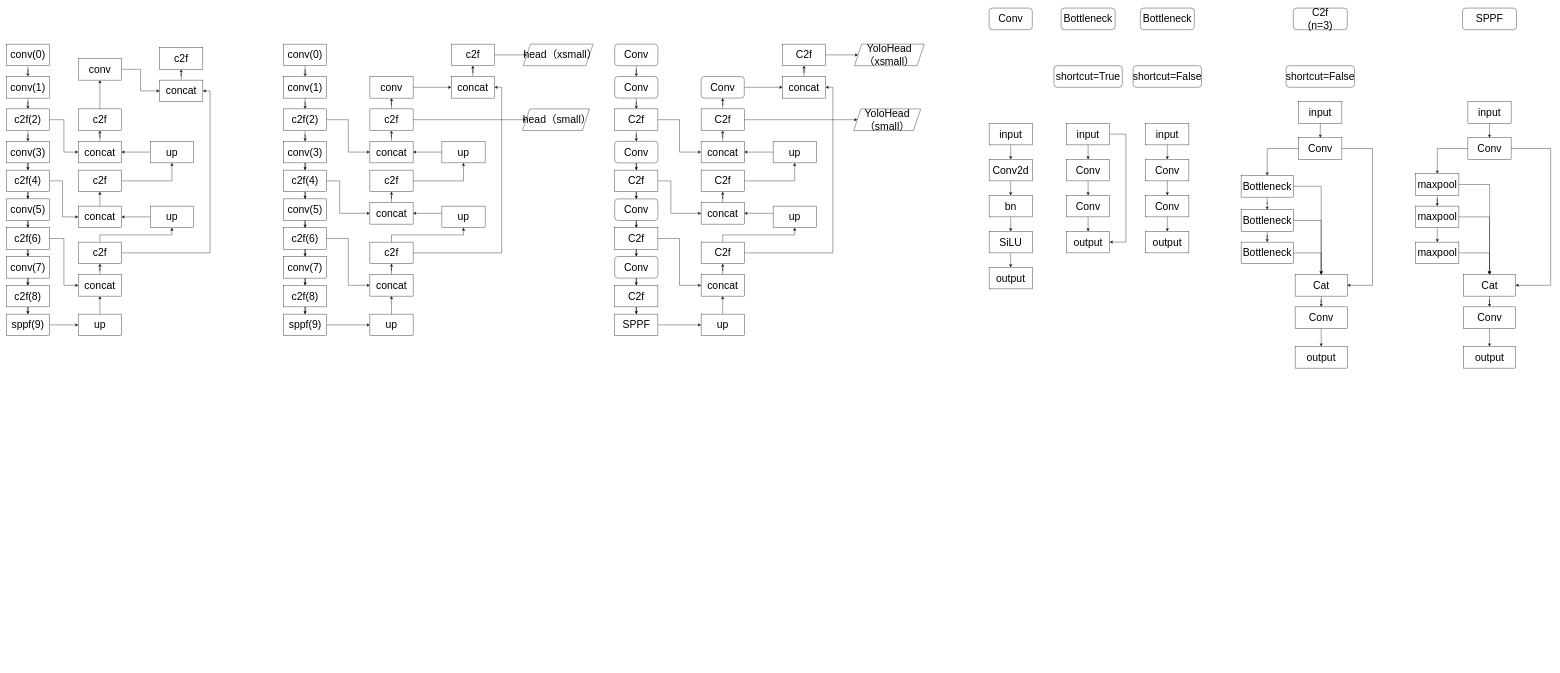
The draw.io diagram yolo.drawio in funkallll/deeplearning, before the edit. Source tidied: cells renumbered, new cells numbered last; positions are measured from the earlier drawing's top-left corner, leaving out a move shared by most shapes. Both pictures are drawn from the tidied source at 36%, with x=0, y=0 at pixel (6, 8).
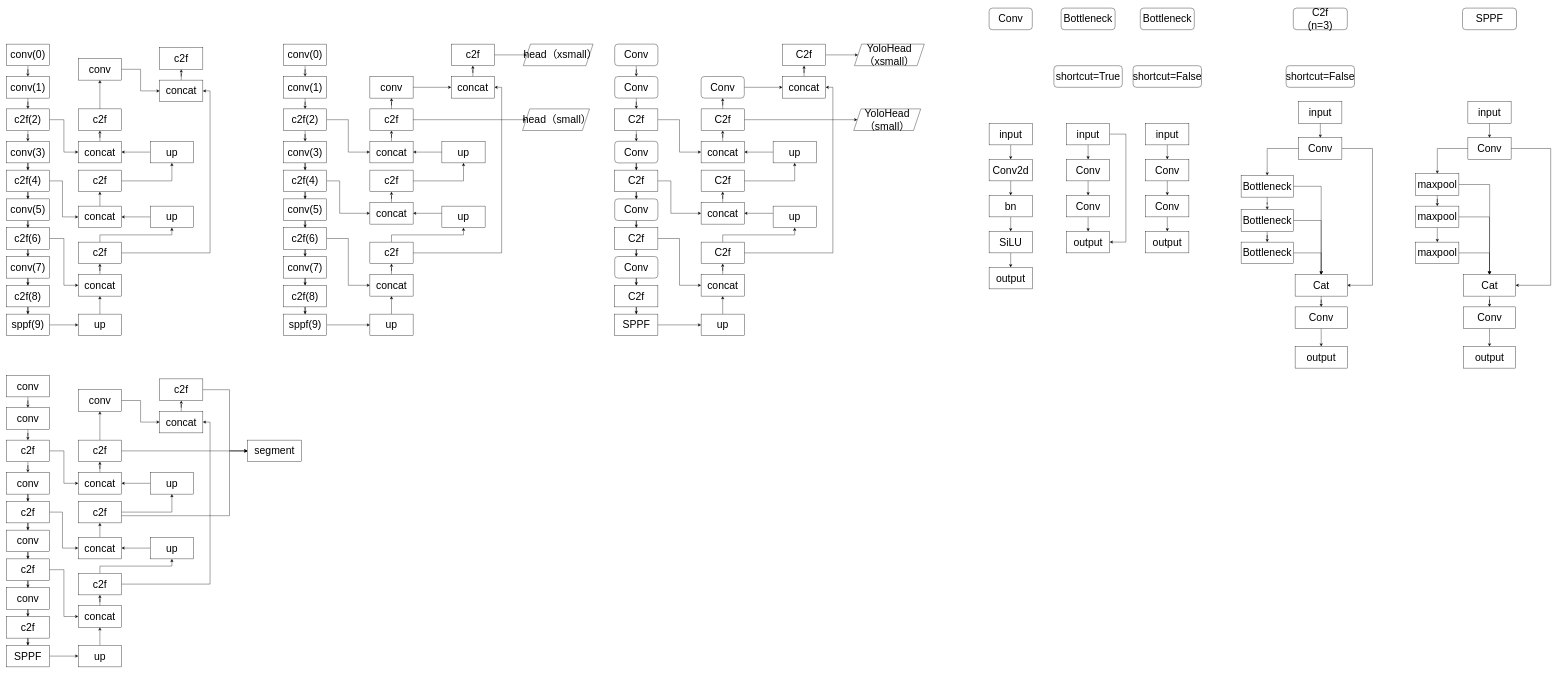
After the change.

The edit, as a diff of the source:
```diff
@@
+    <mxCell id="219" style="edgeStyle=orthogonalEdgeStyle;rounded=0;jettySize=auto;html=1;fontSize=29;fontStyle=0;" parent="1" edge="1" source="220" target="222">
+      <mxGeometry relative="1" as="geometry" />
+    </mxCell>
+    <mxCell id="220" value="conv" style="rounded=0;whiteSpace=wrap;html=1;fontSize=29;fontStyle=0;" parent="1" vertex="1">
+      <mxGeometry y="1020" width="120" height="60" as="geometry" />
+    </mxCell>
+    <mxCell id="221" style="edgeStyle=orthogonalEdgeStyle;rounded=0;jettySize=auto;html=1;fontSize=29;fontStyle=0;" parent="1" edge="1" source="222" target="225">
+      <mxGeometry relative="1" as="geometry" />
+    </mxCell>
+    <mxCell id="222" value="conv" style="rounded=0;whiteSpace=wrap;html=1;fontSize=29;fontStyle=0;" parent="1" vertex="1">
+      <mxGeometry y="1110" width="120" height="60" as="geometry" />
+    </mxCell>
+    <mxCell id="223" style="edgeStyle=orthogonalEdgeStyle;rounded=0;jettySize=auto;html=1;fontSize=29;fontStyle=0;" parent="1" edge="1" source="225" target="227">
+      <mxGeometry relative="1" as="geometry" />
+    </mxCell>
+    <mxCell id="224" style="edgeStyle=orthogonalEdgeStyle;rounded=0;jettySize=auto;html=1;entryX=0;entryY=0.5;entryDx=0;entryDy=0;fontStyle=0;" parent="1" edge="1" source="225" target="259">
+      <mxGeometry relative="1" as="geometry" />
+    </mxCell>
+    <mxCell id="225" value="c2f" style="rounded=0;whiteSpace=wrap;html=1;fontSize=29;fontStyle=0;" parent="1" vertex="1">
+      <mxGeometry y="1200" width="120" height="60" as="geometry" />
+    </mxCell>
+    <mxCell id="226" style="edgeStyle=orthogonalEdgeStyle;rounded=0;jettySize=auto;html=1;fontSize=29;fontStyle=0;" parent="1" edge="1" source="227" target="230">
+      <mxGeometry relative="1" as="geometry" />
+    </mxCell>
+    <mxCell id="227" value="conv" style="rounded=0;whiteSpace=wrap;html=1;fontSize=29;fontStyle=0;" parent="1" vertex="1">
+      <mxGeometry y="1290" width="120" height="60" as="geometry" />
+    </mxCell>
+    <mxCell id="228" style="edgeStyle=orthogonalEdgeStyle;rounded=0;jettySize=auto;html=1;fontSize=29;fontStyle=0;" parent="1" edge="1" source="230" target="232">
+      <mxGeometry relative="1" as="geometry" />
+    </mxCell>
+    <mxCell id="229" style="edgeStyle=orthogonalEdgeStyle;rounded=0;jettySize=auto;html=1;fontStyle=0;" parent="1" edge="1" source="230" target="249">
+      <mxGeometry relative="1" as="geometry">
+        <Array as="points">
+          <mxPoint x="156" y="1400" />
+          <mxPoint x="156" y="1500" />
+        </Array>
+      </mxGeometry>
+    </mxCell>
+    <mxCell id="230" value="c2f" style="rounded=0;whiteSpace=wrap;html=1;fontSize=29;fontStyle=0;" parent="1" vertex="1">
+      <mxGeometry y="1370" width="120" height="60" as="geometry" />
+    </mxCell>
+    <mxCell id="231" style="edgeStyle=orthogonalEdgeStyle;rounded=0;jettySize=auto;html=1;fontSize=29;fontStyle=0;" parent="1" edge="1" source="232" target="235">
+      <mxGeometry relative="1" as="geometry" />
+    </mxCell>
+    <mxCell id="232" value="conv" style="rounded=0;whiteSpace=wrap;html=1;fontSize=29;fontStyle=0;" parent="1" vertex="1">
+      <mxGeometry y="1450" width="120" height="60" as="geometry" />
+    </mxCell>
+    <mxCell id="233" style="edgeStyle=orthogonalEdgeStyle;rounded=0;jettySize=auto;html=1;fontSize=29;fontStyle=0;" parent="1" edge="1" source="235" target="237">
+      <mxGeometry relative="1" as="geometry" />
+    </mxCell>
+    <mxCell id="234" style="edgeStyle=orthogonalEdgeStyle;rounded=0;jettySize=auto;html=1;entryX=0;entryY=0.5;entryDx=0;entryDy=0;fontStyle=0;" parent="1" edge="1" source="235" target="245">
+      <mxGeometry relative="1" as="geometry" />
+    </mxCell>
+    <mxCell id="235" value="c2f" style="rounded=0;whiteSpace=wrap;html=1;fontSize=29;fontStyle=0;" parent="1" vertex="1">
+      <mxGeometry y="1530" width="120" height="60" as="geometry" />
+    </mxCell>
+    <mxCell id="236" style="edgeStyle=orthogonalEdgeStyle;rounded=0;jettySize=auto;html=1;fontSize=29;fontStyle=0;" parent="1" edge="1" source="237" target="239">
+      <mxGeometry relative="1" as="geometry" />
+    </mxCell>
+    <mxCell id="237" value="conv" style="rounded=0;whiteSpace=wrap;html=1;fontSize=29;fontStyle=0;" parent="1" vertex="1">
+      <mxGeometry y="1610" width="120" height="60" as="geometry" />
+    </mxCell>
+    <mxCell id="238" style="edgeStyle=orthogonalEdgeStyle;rounded=0;jettySize=auto;html=1;fontSize=29;fontStyle=0;" parent="1" edge="1" source="239" target="241">
+      <mxGeometry relative="1" as="geometry" />
+    </mxCell>
+    <mxCell id="239" value="c2f" style="rounded=0;whiteSpace=wrap;html=1;fontSize=29;fontStyle=0;" parent="1" vertex="1">
+      <mxGeometry y="1690" width="120" height="60" as="geometry" />
+    </mxCell>
+    <mxCell id="240" style="edgeStyle=orthogonalEdgeStyle;rounded=0;jettySize=auto;html=1;fontStyle=0;" parent="1" edge="1" source="241" target="243">
+      <mxGeometry relative="1" as="geometry" />
+    </mxCell>
+    <mxCell id="241" value="SPPF" style="rounded=0;whiteSpace=wrap;html=1;fontSize=29;fontStyle=0;" parent="1" vertex="1">
+      <mxGeometry y="1770" width="120" height="60" as="geometry" />
+    </mxCell>
+    <mxCell id="242" style="edgeStyle=orthogonalEdgeStyle;rounded=0;jettySize=auto;html=1;entryX=0.5;entryY=1;entryDx=0;entryDy=0;fontStyle=0;" parent="1" edge="1" source="243" target="245">
+      <mxGeometry relative="1" as="geometry" />
+    </mxCell>
+    <mxCell id="243" value="up" style="whiteSpace=wrap;html=1;fontSize=29;rounded=0;fontStyle=0;" parent="1" vertex="1">
+      <mxGeometry x="200" y="1770" width="120" height="60" as="geometry" />
+    </mxCell>
+    <mxCell id="244" style="edgeStyle=orthogonalEdgeStyle;rounded=0;jettySize=auto;html=1;fontStyle=0;" parent="1" edge="1" source="245" target="257">
+      <mxGeometry relative="1" as="geometry" />
+    </mxCell>
+    <mxCell id="245" value="concat" style="whiteSpace=wrap;html=1;fontSize=29;rounded=0;fontStyle=0;" parent="1" vertex="1">
+      <mxGeometry x="200" y="1660" width="120" height="60" as="geometry" />
+    </mxCell>
+    <mxCell id="246" style="edgeStyle=orthogonalEdgeStyle;rounded=0;jettySize=auto;html=1;entryX=1;entryY=0.5;entryDx=0;entryDy=0;fontStyle=0;" parent="1" edge="1" source="247" target="249">
+      <mxGeometry relative="1" as="geometry">
+        <Array as="points">
+          <mxPoint x="446" y="1500" />
+        </Array>
+      </mxGeometry>
+    </mxCell>
+    <mxCell id="247" value="up" style="whiteSpace=wrap;html=1;fontSize=29;rounded=0;fontStyle=0;" parent="1" vertex="1">
+      <mxGeometry x="400" y="1470" width="120" height="60" as="geometry" />
+    </mxCell>
+    <mxCell id="248" style="edgeStyle=orthogonalEdgeStyle;rounded=0;jettySize=auto;html=1;fontStyle=0;" parent="1" edge="1" source="249" target="252">
+      <mxGeometry relative="1" as="geometry" />
+    </mxCell>
+    <mxCell id="249" value="concat" style="rounded=0;whiteSpace=wrap;html=1;fontSize=29;fontStyle=0;" parent="1" vertex="1">
+      <mxGeometry x="200" y="1470" width="120" height="60" as="geometry" />
+    </mxCell>
+    <mxCell id="250" style="edgeStyle=orthogonalEdgeStyle;rounded=0;jettySize=auto;html=1;entryX=0.5;entryY=1;entryDx=0;entryDy=0;fontStyle=0;" parent="1" edge="1" source="252" target="254">
+      <mxGeometry relative="1" as="geometry" />
+    </mxCell>
+    <mxCell id="251" style="edgeStyle=orthogonalEdgeStyle;rounded=0;jettySize=auto;html=1;entryX=0;entryY=0.5;entryDx=0;entryDy=0;" parent="1" edge="1" source="252" target="269">
+      <mxGeometry relative="1" as="geometry">
+        <Array as="points">
+          <mxPoint x="620" y="1410" />
+          <mxPoint x="620" y="1230" />
+        </Array>
+      </mxGeometry>
+    </mxCell>
+    <mxCell id="252" value="c2f" style="rounded=0;whiteSpace=wrap;html=1;fontSize=29;fontStyle=0;" parent="1" vertex="1">
+      <mxGeometry x="200" y="1370" width="120" height="60" as="geometry" />
+    </mxCell>
+    <mxCell id="253" style="edgeStyle=orthogonalEdgeStyle;rounded=0;jettySize=auto;html=1;fontStyle=0;" parent="1" edge="1" source="254" target="259">
+      <mxGeometry relative="1" as="geometry" />
+    </mxCell>
+    <mxCell id="254" value="up" style="rounded=0;whiteSpace=wrap;html=1;fontSize=29;fontStyle=0;" parent="1" vertex="1">
+      <mxGeometry x="400" y="1290" width="120" height="60" as="geometry" />
+    </mxCell>
+    <mxCell id="255" style="edgeStyle=orthogonalEdgeStyle;rounded=0;jettySize=auto;html=1;entryX=0.5;entryY=1;entryDx=0;entryDy=0;exitX=0.5;exitY=0;exitDx=0;exitDy=0;fontStyle=0;" parent="1" edge="1" source="257" target="247">
+      <mxGeometry relative="1" as="geometry">
+        <Array as="points">
+          <mxPoint x="260" y="1550" />
+          <mxPoint x="460" y="1550" />
+        </Array>
+      </mxGeometry>
+    </mxCell>
+    <mxCell id="256" style="edgeStyle=orthogonalEdgeStyle;rounded=0;jettySize=auto;html=1;entryX=1;entryY=0.5;entryDx=0;entryDy=0;fontStyle=0;" parent="1" edge="1" source="257" target="266">
+      <mxGeometry relative="1" as="geometry" />
+    </mxCell>
+    <mxCell id="257" value="c2f" style="whiteSpace=wrap;html=1;fontSize=29;rounded=0;fontStyle=0;" parent="1" vertex="1">
+      <mxGeometry x="200" y="1570" width="120" height="60" as="geometry" />
+    </mxCell>
+    <mxCell id="258" style="edgeStyle=orthogonalEdgeStyle;rounded=0;jettySize=auto;html=1;fontStyle=0;" parent="1" edge="1" source="259" target="262">
+      <mxGeometry relative="1" as="geometry" />
+    </mxCell>
+    <mxCell id="259" value="concat" style="rounded=0;whiteSpace=wrap;html=1;fontSize=29;fontStyle=0;" parent="1" vertex="1">
+      <mxGeometry x="200" y="1290" width="120" height="60" as="geometry" />
+    </mxCell>
+    <mxCell id="260" style="edgeStyle=orthogonalEdgeStyle;rounded=0;jettySize=auto;html=1;fontStyle=0;" parent="1" edge="1" source="262" target="264">
+      <mxGeometry relative="1" as="geometry" />
+    </mxCell>
+    <mxCell id="261" style="edgeStyle=orthogonalEdgeStyle;rounded=0;jettySize=auto;html=1;entryX=0;entryY=0.5;entryDx=0;entryDy=0;" parent="1" edge="1" source="262" target="269">
+      <mxGeometry relative="1" as="geometry" />
+    </mxCell>
+    <mxCell id="262" value="c2f" style="rounded=0;whiteSpace=wrap;html=1;fontSize=29;fontStyle=0;" parent="1" vertex="1">
+      <mxGeometry x="200" y="1200" width="120" height="60" as="geometry" />
+    </mxCell>
+    <mxCell id="263" style="edgeStyle=orthogonalEdgeStyle;rounded=0;jettySize=auto;html=1;fontStyle=0;" parent="1" edge="1" source="264" target="266">
+      <mxGeometry relative="1" as="geometry" />
+    </mxCell>
+    <mxCell id="264" value="conv" style="rounded=0;whiteSpace=wrap;html=1;fontSize=29;fontStyle=0;" parent="1" vertex="1">
+      <mxGeometry x="200" y="1060" width="120" height="60" as="geometry" />
+    </mxCell>
+    <mxCell id="265" style="edgeStyle=orthogonalEdgeStyle;rounded=0;jettySize=auto;html=1;fontStyle=0;" parent="1" edge="1" source="266" target="268">
+      <mxGeometry relative="1" as="geometry" />
+    </mxCell>
+    <mxCell id="266" value="concat" style="rounded=0;whiteSpace=wrap;html=1;fontSize=29;fontStyle=0;" parent="1" vertex="1">
+      <mxGeometry x="426" y="1120" width="120" height="60" as="geometry" />
+    </mxCell>
+    <mxCell id="267" style="edgeStyle=orthogonalEdgeStyle;rounded=0;jettySize=auto;html=1;entryX=0;entryY=0.5;entryDx=0;entryDy=0;" parent="1" edge="1" source="268" target="269">
+      <mxGeometry relative="1" as="geometry">
+        <Array as="points">
+          <mxPoint x="620" y="1060" />
+          <mxPoint x="620" y="1230" />
+        </Array>
+      </mxGeometry>
+    </mxCell>
+    <mxCell id="268" value="c2f" style="rounded=0;whiteSpace=wrap;html=1;fontSize=29;fontStyle=0;" parent="1" vertex="1">
+      <mxGeometry x="426" y="1030" width="120" height="60" as="geometry" />
+    </mxCell>
+    <mxCell id="269" value="&lt;font style=&quot;font-size: 29px;&quot;&gt;segment&lt;/font&gt;" style="rounded=0;whiteSpace=wrap;html=1;" parent="1" vertex="1">
+      <mxGeometry x="670" y="1200" width="150" height="60" as="geometry" />
+    </mxCell>
```
